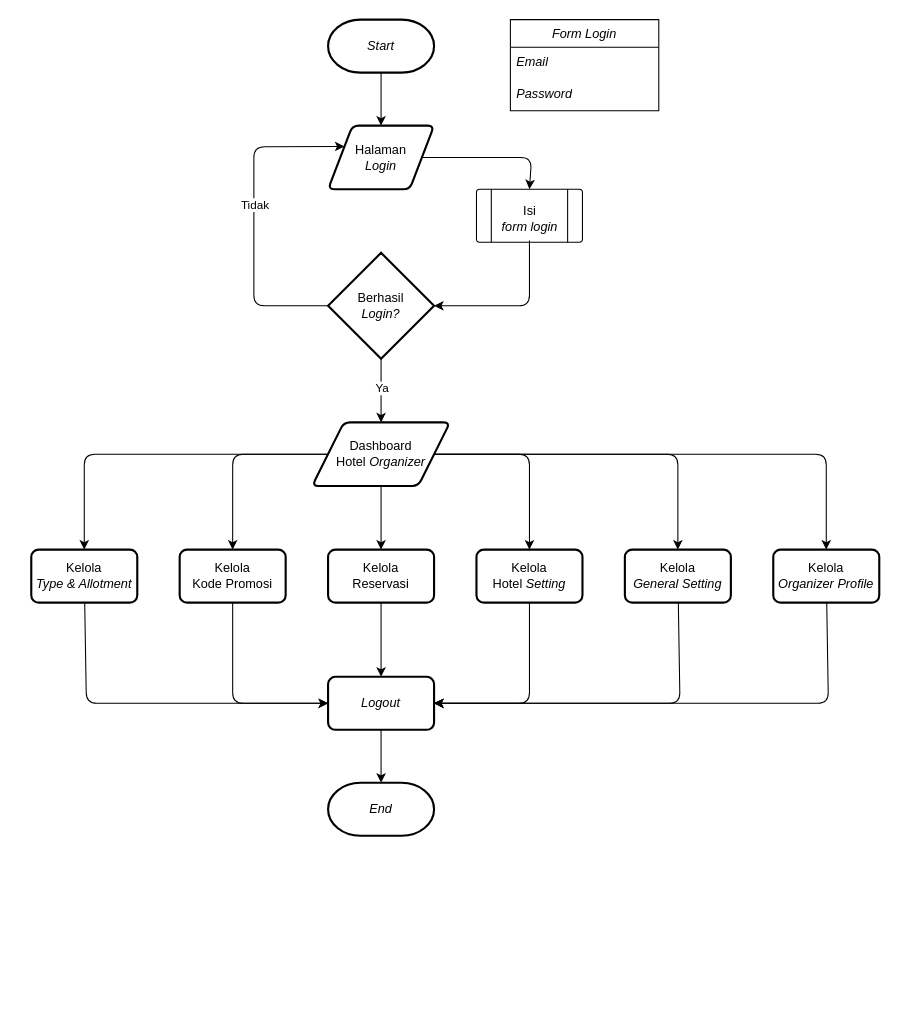
The draw.io diagram page "flowchart-organizer" (1 of 8) of diagram/diagram.drawio in Hans-Star18/ta-booking-system, before the edit. Source tidied: cells renumbered, new cells numbered last; positions are measured from the earlier drawing's top-left corner, leaving out a move shared by most shapes. Both pictures are drawn from the tidied source at 106%, with x=0, y=0 at pixel (31, 19).
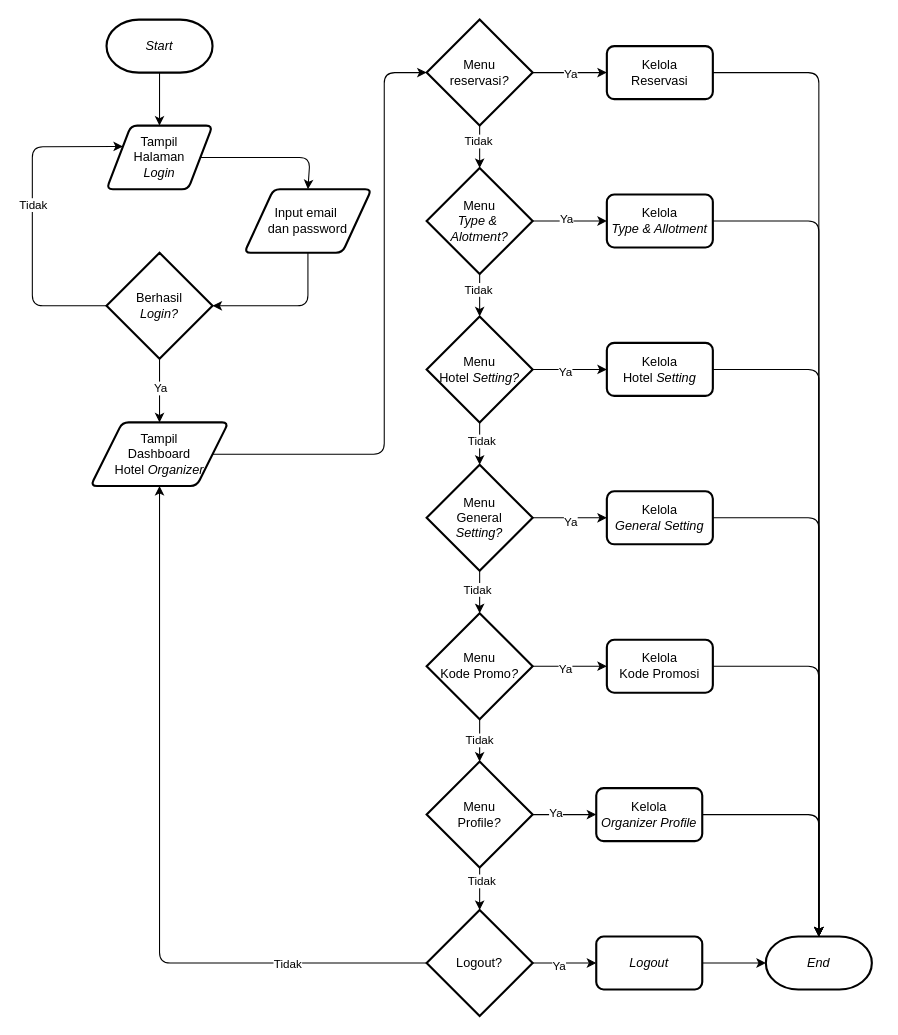
After the change.

Diff of the diagram source:
```diff
@@
     <mxCell id="3" value="&lt;i&gt;Start&lt;/i&gt;" style="strokeWidth=2;html=1;shape=mxgraph.flowchart.terminator;whiteSpace=wrap;" parent="1" vertex="1">
-      <mxGeometry x="280" width="100" height="50" as="geometry" />
+      <mxGeometry x="71" width="100" height="50" as="geometry" />
     </mxCell>
-    <mxCell id="4" style="edgeStyle=none;html=1;entryX=0.5;entryY=0;entryDx=0;entryDy=0;" parent="1" edge="1" source="5" target="37">
+    <mxCell id="4" style="edgeStyle=none;html=1;entryX=0.5;entryY=0;entryDx=0;entryDy=0;" parent="1" edge="1" source="5" target="43">
       <mxGeometry relative="1" as="geometry">
         <Array as="points">
-          <mxPoint x="472" y="130" />
+          <mxPoint x="263" y="130" />
         </Array>
       </mxGeometry>
     </mxCell>
-    <mxCell id="5" value="Halaman&lt;div&gt;&lt;i&gt;Login&lt;/i&gt;&lt;/div&gt;" style="shape=parallelogram;html=1;strokeWidth=2;perimeter=parallelogramPerimeter;whiteSpace=wrap;rounded=1;arcSize=12;size=0.23;" parent="1" vertex="1">
-      <mxGeometry x="280" y="100" width="100" height="60" as="geometry" />
+    <mxCell id="5" value="Tampil&lt;div&gt;Halaman&lt;div&gt;&lt;i&gt;Login&lt;/i&gt;&lt;/div&gt;&lt;/div&gt;" style="shape=parallelogram;html=1;strokeWidth=2;perimeter=parallelogramPerimeter;whiteSpace=wrap;rounded=1;arcSize=12;size=0.23;" parent="1" vertex="1">
+      <mxGeometry x="71" y="100" width="100" height="60" as="geometry" />
     </mxCell>
     <mxCell id="6" style="edgeStyle=none;html=1;entryX=0;entryY=0.25;entryDx=0;entryDy=0;" parent="1" edge="1" source="10" target="5">
       <mxGeometry relative="1" as="geometry">
         <Array as="points">
-          <mxPoint x="210" y="270" />
-          <mxPoint x="210" y="120" />
+          <mxPoint x="1" y="270" />
+          <mxPoint x="1" y="120" />
         </Array>
       </mxGeometry>
     </mxCell>
@@
     <mxCell id="10" value="Berhasil&lt;div&gt;&lt;i&gt;Login?&lt;/i&gt;&lt;/div&gt;" style="strokeWidth=2;html=1;shape=mxgraph.flowchart.decision;whiteSpace=wrap;" parent="1" vertex="1">
-      <mxGeometry x="280" y="220" width="100" height="100" as="geometry" />
+      <mxGeometry x="71" y="220" width="100" height="100" as="geometry" />
     </mxCell>
-    <mxCell id="11" style="edgeStyle=none;html=1;entryX=0.5;entryY=0;entryDx=0;entryDy=0;" parent="1" edge="1" source="17" target="19">
-      <mxGeometry relative="1" as="geometry" />
-    </mxCell>
-    <mxCell id="12" style="edgeStyle=none;html=1;entryX=0.5;entryY=0;entryDx=0;entryDy=0;" parent="1" edge="1" source="17" target="23">
-      <mxGeometry relative="1" as="geometry">
-        <Array as="points">
-          <mxPoint x="50" y="410" />
-        </Array>
-      </mxGeometry>
-    </mxCell>
-    <mxCell id="13" style="edgeStyle=none;html=1;entryX=0.5;entryY=0;entryDx=0;entryDy=0;" parent="1" edge="1" source="17" target="21">
-      <mxGeometry relative="1" as="geometry">
-        <Array as="points">
-          <mxPoint x="190" y="410" />
-        </Array>
-      </mxGeometry>
-    </mxCell>
-    <mxCell id="14" style="edgeStyle=none;html=1;entryX=0.5;entryY=0;entryDx=0;entryDy=0;" parent="1" edge="1" source="17" target="27">
-      <mxGeometry relative="1" as="geometry">
-        <Array as="points">
-          <mxPoint x="470" y="410" />
-        </Array>
-      </mxGeometry>
-    </mxCell>
-    <mxCell id="15" style="edgeStyle=none;html=1;entryX=0.5;entryY=0;entryDx=0;entryDy=0;" parent="1" edge="1" source="17" target="25">
-      <mxGeometry relative="1" as="geometry">
-        <Array as="points">
-          <mxPoint x="610" y="410" />
-        </Array>
-      </mxGeometry>
-    </mxCell>
-    <mxCell id="16" style="edgeStyle=none;html=1;entryX=0.5;entryY=0;entryDx=0;entryDy=0;" parent="1" edge="1" source="17" target="29">
-      <mxGeometry relative="1" as="geometry">
-        <Array as="points">
-          <mxPoint x="750" y="410" />
-        </Array>
-      </mxGeometry>
-    </mxCell>
-    <mxCell id="17" value="Dashboard&lt;div&gt;Hotel &lt;i&gt;Organizer&lt;/i&gt;&lt;/div&gt;" style="shape=parallelogram;html=1;strokeWidth=2;perimeter=parallelogramPerimeter;whiteSpace=wrap;rounded=1;arcSize=12;size=0.23;" parent="1" vertex="1">
-      <mxGeometry x="265" y="380" width="130" height="60" as="geometry" />
+    <mxCell id="17" value="Tampil&lt;div&gt;Dashboard&lt;div&gt;Hotel &lt;i&gt;Organizer&lt;/i&gt;&lt;/div&gt;&lt;/div&gt;" style="shape=parallelogram;html=1;strokeWidth=2;perimeter=parallelogramPerimeter;whiteSpace=wrap;rounded=1;arcSize=12;size=0.23;" parent="1" vertex="1">
+      <mxGeometry x="56" y="380" width="130" height="60" as="geometry" />
     </mxCell>
-    <mxCell id="18" style="edgeStyle=none;html=1;entryX=0.5;entryY=0;entryDx=0;entryDy=0;" parent="1" edge="1" source="19" target="30">
-      <mxGeometry relative="1" as="geometry" />
-    </mxCell>
+    <mxCell id="40" style="edgeStyle=none;html=1;entryX=0.5;entryY=0;entryDx=0;entryDy=0;entryPerimeter=0;" parent="1" edge="1" source="19" target="31">
+      <mxGeometry relative="1" as="geometry">
+        <Array as="points">
+          <mxPoint x="743" y="50" />
+        </Array>
+      </mxGeometry>
+    </mxCell>
     <mxCell id="19" value="Kelola&lt;div&gt;Reservasi&lt;/div&gt;" style="rounded=1;whiteSpace=wrap;html=1;absoluteArcSize=1;arcSize=14;strokeWidth=2;" parent="1" vertex="1">
-      <mxGeometry x="280" y="500" width="100" height="50" as="geometry" />
+      <mxGeometry x="543" y="25" width="100" height="50" as="geometry" />
     </mxCell>
-    <mxCell id="20" style="edgeStyle=none;html=1;entryX=0;entryY=0.5;entryDx=0;entryDy=0;" parent="1" edge="1" source="21" target="30">
-      <mxGeometry relative="1" as="geometry">
-        <Array as="points">
-          <mxPoint x="190" y="645" />
-        </Array>
-      </mxGeometry>
-    </mxCell>
     <mxCell id="21" value="Kelola&lt;div&gt;Kode Promosi&lt;/div&gt;" style="rounded=1;whiteSpace=wrap;html=1;absoluteArcSize=1;arcSize=14;strokeWidth=2;" parent="1" vertex="1">
-      <mxGeometry x="140" y="500" width="100" height="50" as="geometry" />
+      <mxGeometry x="543" y="585" width="100" height="50" as="geometry" />
     </mxCell>
-    <mxCell id="22" style="edgeStyle=none;html=1;entryX=0;entryY=0.5;entryDx=0;entryDy=0;" parent="1" edge="1" source="23" target="30">
-      <mxGeometry relative="1" as="geometry">
-        <Array as="points">
-          <mxPoint x="52" y="645" />
-        </Array>
-      </mxGeometry>
-    </mxCell>
+    <mxCell id="41" style="edgeStyle=none;html=1;entryX=0.5;entryY=0;entryDx=0;entryDy=0;entryPerimeter=0;" parent="1" edge="1" source="23" target="31">
+      <mxGeometry relative="1" as="geometry">
+        <Array as="points">
+          <mxPoint x="743" y="190" />
+        </Array>
+      </mxGeometry>
+    </mxCell>
     <mxCell id="23" value="Kelola&lt;div&gt;&lt;i&gt;Type &amp;amp; Allotment&lt;/i&gt;&lt;/div&gt;" style="rounded=1;whiteSpace=wrap;html=1;absoluteArcSize=1;arcSize=14;strokeWidth=2;" parent="1" vertex="1">
-      <mxGeometry y="500" width="100" height="50" as="geometry" />
+      <mxGeometry x="543" y="165" width="100" height="50" as="geometry" />
     </mxCell>
-    <mxCell id="24" style="edgeStyle=none;html=1;entryX=1;entryY=0.5;entryDx=0;entryDy=0;" parent="1" edge="1" source="25" target="30">
-      <mxGeometry relative="1" as="geometry">
-        <Array as="points">
-          <mxPoint x="612" y="645" />
-        </Array>
-      </mxGeometry>
-    </mxCell>
+    <mxCell id="42" style="edgeStyle=none;html=1;entryX=0.5;entryY=0;entryDx=0;entryDy=0;entryPerimeter=0;" parent="1" edge="1" source="25" target="31">
+      <mxGeometry relative="1" as="geometry">
+        <Array as="points">
+          <mxPoint x="743" y="470" />
+        </Array>
+      </mxGeometry>
+    </mxCell>
     <mxCell id="25" value="Kelola&lt;div&gt;&lt;i&gt;General Setting&lt;/i&gt;&lt;/div&gt;" style="rounded=1;whiteSpace=wrap;html=1;absoluteArcSize=1;arcSize=14;strokeWidth=2;" parent="1" vertex="1">
-      <mxGeometry x="560" y="500" width="100" height="50" as="geometry" />
+      <mxGeometry x="543" y="445" width="100" height="50" as="geometry" />
     </mxCell>
-    <mxCell id="26" style="edgeStyle=none;html=1;entryX=1;entryY=0.5;entryDx=0;entryDy=0;" parent="1" edge="1" source="27" target="30">
-      <mxGeometry relative="1" as="geometry">
-        <Array as="points">
-          <mxPoint x="470" y="645" />
-        </Array>
-      </mxGeometry>
-    </mxCell>
     <mxCell id="27" value="Kelola&lt;div&gt;Hotel &lt;i&gt;Setting&lt;/i&gt;&lt;/div&gt;" style="rounded=1;whiteSpace=wrap;html=1;absoluteArcSize=1;arcSize=14;strokeWidth=2;" parent="1" vertex="1">
-      <mxGeometry x="420" y="500" width="100" height="50" as="geometry" />
+      <mxGeometry x="543" y="305" width="100" height="50" as="geometry" />
     </mxCell>
-    <mxCell id="28" style="edgeStyle=none;html=1;entryX=1;entryY=0.5;entryDx=0;entryDy=0;" parent="1" edge="1" source="29" target="30">
-      <mxGeometry relative="1" as="geometry">
-        <Array as="points">
-          <mxPoint x="752" y="645" />
-        </Array>
-      </mxGeometry>
-    </mxCell>
     <mxCell id="29" value="Kelola&lt;div&gt;&lt;i&gt;Organizer Profile&lt;/i&gt;&lt;/div&gt;" style="rounded=1;whiteSpace=wrap;html=1;absoluteArcSize=1;arcSize=14;strokeWidth=2;" parent="1" vertex="1">
-      <mxGeometry x="700" y="500" width="100" height="50" as="geometry" />
+      <mxGeometry x="533" y="725" width="100" height="50" as="geometry" />
     </mxCell>
     <mxCell id="30" value="&lt;i&gt;Logout&lt;/i&gt;" style="rounded=1;whiteSpace=wrap;html=1;absoluteArcSize=1;arcSize=14;strokeWidth=2;" parent="1" vertex="1">
-      <mxGeometry x="280" y="620" width="100" height="50" as="geometry" />
+      <mxGeometry x="533" y="865" width="100" height="50" as="geometry" />
     </mxCell>
     <mxCell id="31" value="&lt;i&gt;End&lt;/i&gt;" style="strokeWidth=2;html=1;shape=mxgraph.flowchart.terminator;whiteSpace=wrap;" parent="1" vertex="1">
-      <mxGeometry x="280" y="720" width="100" height="50" as="geometry" />
+      <mxGeometry x="693" y="865" width="100" height="50" as="geometry" />
     </mxCell>
+    <mxCell id="39" style="edgeStyle=none;html=1;entryX=1;entryY=0.5;entryDx=0;entryDy=0;entryPerimeter=0;exitX=0.5;exitY=1;exitDx=0;exitDy=0;" parent="1" edge="1" source="43" target="10">
+      <mxGeometry relative="1" as="geometry">
+        <Array as="points">
+          <mxPoint x="261" y="270" />
+        </Array>
+      </mxGeometry>
+    </mxCell>
+    <mxCell id="43" value="Input email&amp;nbsp;&lt;div&gt;dan password&lt;/div&gt;" style="shape=parallelogram;html=1;strokeWidth=2;perimeter=parallelogramPerimeter;whiteSpace=wrap;rounded=1;arcSize=12;size=0.23;" parent="1" vertex="1">
+      <mxGeometry x="201" y="160" width="120" height="60" as="geometry" />
+    </mxCell>
+    <mxCell id="44" style="edgeStyle=none;html=1;entryX=0;entryY=0.5;entryDx=0;entryDy=0;" parent="1" edge="1" source="46" target="23">
+      <mxGeometry relative="1" as="geometry" />
+    </mxCell>
+    <mxCell id="45" value="Ya" style="edgeLabel;html=1;align=center;verticalAlign=middle;" parent="44" vertex="1">
+      <mxGeometry x="-0.14" y="3" relative="1" as="geometry">
+        <mxPoint x="1" as="offset" />
+      </mxGeometry>
+    </mxCell>
+    <mxCell id="46" value="Menu&lt;div&gt;&lt;i&gt;Type &amp;amp;&amp;nbsp;&lt;/i&gt;&lt;/div&gt;&lt;div&gt;&lt;i&gt;Alotment?&lt;/i&gt;&lt;/div&gt;" style="strokeWidth=2;html=1;shape=mxgraph.flowchart.decision;whiteSpace=wrap;" parent="1" vertex="1">
+      <mxGeometry x="373" y="140" width="100" height="100" as="geometry" />
+    </mxCell>
+    <mxCell id="47" style="edgeStyle=none;html=1;entryX=0;entryY=0.5;entryDx=0;entryDy=0;" parent="1" edge="1" source="49" target="19">
+      <mxGeometry relative="1" as="geometry" />
+    </mxCell>
+    <mxCell id="48" value="Ya" style="edgeLabel;html=1;align=center;verticalAlign=middle;" parent="47" vertex="1">
+      <mxGeometry x="-0.04" y="-1" relative="1" as="geometry">
+        <mxPoint x="1" as="offset" />
+      </mxGeometry>
+    </mxCell>
+    <mxCell id="49" value="Menu&lt;div&gt;reservasi&lt;i&gt;?&lt;/i&gt;&lt;/div&gt;" style="strokeWidth=2;html=1;shape=mxgraph.flowchart.decision;whiteSpace=wrap;" parent="1" vertex="1">
+      <mxGeometry x="373" width="100" height="100" as="geometry" />
+    </mxCell>
+    <mxCell id="50" style="edgeStyle=none;html=1;entryX=0;entryY=0.5;entryDx=0;entryDy=0;" parent="1" edge="1" source="54" target="30">
+      <mxGeometry relative="1" as="geometry" />
+    </mxCell>
+    <mxCell id="51" value="Ya" style="edgeLabel;html=1;align=center;verticalAlign=middle;" parent="50" vertex="1">
+      <mxGeometry x="-0.24" y="-2" relative="1" as="geometry">
+        <mxPoint x="1" as="offset" />
+      </mxGeometry>
+    </mxCell>
+    <mxCell id="52" style="edgeStyle=none;html=1;entryX=0.5;entryY=1;entryDx=0;entryDy=0;" parent="1" edge="1" source="54" target="17">
+      <mxGeometry relative="1" as="geometry">
+        <Array as="points">
+          <mxPoint x="121" y="890" />
+        </Array>
+      </mxGeometry>
+    </mxCell>
+    <mxCell id="53" value="Tidak" style="edgeLabel;html=1;align=center;verticalAlign=middle;" parent="52" vertex="1">
+      <mxGeometry x="-0.62" relative="1" as="geometry">
+        <mxPoint x="1" as="offset" />
+      </mxGeometry>
+    </mxCell>
+    <mxCell id="54" value="Logout?" style="strokeWidth=2;html=1;shape=mxgraph.flowchart.decision;whiteSpace=wrap;" parent="1" vertex="1">
+      <mxGeometry x="373" y="840" width="100" height="100" as="geometry" />
+    </mxCell>
+    <mxCell id="55" style="edgeStyle=none;html=1;entryX=0;entryY=0.5;entryDx=0;entryDy=0;" parent="1" edge="1" source="57" target="21">
+      <mxGeometry relative="1" as="geometry" />
+    </mxCell>
+    <mxCell id="56" value="Ya" style="edgeLabel;html=1;align=center;verticalAlign=middle;" parent="55" vertex="1">
+      <mxGeometry x="-0.18" y="-2" relative="1" as="geometry">
+        <mxPoint x="1" as="offset" />
+      </mxGeometry>
+    </mxCell>
+    <mxCell id="57" value="Menu&lt;div&gt;Kode Promo&lt;i&gt;?&lt;/i&gt;&lt;/div&gt;" style="strokeWidth=2;html=1;shape=mxgraph.flowchart.decision;whiteSpace=wrap;" parent="1" vertex="1">
+      <mxGeometry x="373" y="560" width="100" height="100" as="geometry" />
+    </mxCell>
+    <mxCell id="58" style="edgeStyle=none;html=1;entryX=0;entryY=0.5;entryDx=0;entryDy=0;" parent="1" edge="1" source="60" target="25">
+      <mxGeometry relative="1" as="geometry" />
+    </mxCell>
+    <mxCell id="59" value="Ya" style="edgeLabel;html=1;align=center;verticalAlign=middle;" parent="58" vertex="1">
+      <mxGeometry x="-0.04" y="-3" relative="1" as="geometry">
+        <mxPoint x="1" as="offset" />
+      </mxGeometry>
+    </mxCell>
+    <mxCell id="60" value="Menu&lt;div&gt;General&lt;/div&gt;&lt;div&gt;&lt;i&gt;Setting?&lt;/i&gt;&lt;/div&gt;" style="strokeWidth=2;html=1;shape=mxgraph.flowchart.decision;whiteSpace=wrap;" parent="1" vertex="1">
+      <mxGeometry x="373" y="420" width="100" height="100" as="geometry" />
+    </mxCell>
+    <mxCell id="61" style="edgeStyle=none;html=1;entryX=0;entryY=0.5;entryDx=0;entryDy=0;" parent="1" edge="1" source="63" target="27">
+      <mxGeometry relative="1" as="geometry" />
+    </mxCell>
+    <mxCell id="62" value="Ya" style="edgeLabel;html=1;align=center;verticalAlign=middle;" parent="61" vertex="1">
+      <mxGeometry x="-0.18" y="-2" relative="1" as="geometry">
+        <mxPoint x="1" as="offset" />
+      </mxGeometry>
+    </mxCell>
+    <mxCell id="63" value="Menu&lt;div&gt;Hotel &lt;i&gt;Setting?&lt;/i&gt;&lt;/div&gt;" style="strokeWidth=2;html=1;shape=mxgraph.flowchart.decision;whiteSpace=wrap;" parent="1" vertex="1">
+      <mxGeometry x="373" y="280" width="100" height="100" as="geometry" />
+    </mxCell>
+    <mxCell id="64" style="edgeStyle=none;html=1;" parent="1" edge="1" source="66" target="29">
+      <mxGeometry relative="1" as="geometry" />
+    </mxCell>
+    <mxCell id="65" value="Ya" style="edgeLabel;html=1;align=center;verticalAlign=middle;" parent="64" vertex="1">
+      <mxGeometry x="-0.35" y="2" relative="1" as="geometry">
+        <mxPoint x="1" as="offset" />
+      </mxGeometry>
+    </mxCell>
+    <mxCell id="66" value="Menu&lt;div&gt;Profile&lt;i&gt;?&lt;/i&gt;&lt;/div&gt;" style="strokeWidth=2;html=1;shape=mxgraph.flowchart.decision;whiteSpace=wrap;" parent="1" vertex="1">
+      <mxGeometry x="373" y="700" width="100" height="100" as="geometry" />
+    </mxCell>
+    <mxCell id="67" style="edgeStyle=none;html=1;entryX=0.5;entryY=0;entryDx=0;entryDy=0;entryPerimeter=0;" parent="1" edge="1" source="49" target="46">
+      <mxGeometry relative="1" as="geometry" />
+    </mxCell>
+    <mxCell id="68" value="Tidak" style="edgeLabel;html=1;align=center;verticalAlign=middle;" parent="67" vertex="1">
+      <mxGeometry x="-0.3" y="-2" relative="1" as="geometry" />
+    </mxCell>
+    <mxCell id="69" style="edgeStyle=none;html=1;entryX=0.5;entryY=0;entryDx=0;entryDy=0;entryPerimeter=0;" parent="1" edge="1" source="46" target="63">
+      <mxGeometry relative="1" as="geometry" />
+    </mxCell>
+    <mxCell id="70" value="Tidak" style="edgeLabel;html=1;align=center;verticalAlign=middle;" parent="69" vertex="1">
+      <mxGeometry x="-0.3" y="-2" relative="1" as="geometry" />
+    </mxCell>
+    <mxCell id="71" style="edgeStyle=none;html=1;entryX=0.5;entryY=0;entryDx=0;entryDy=0;entryPerimeter=0;" parent="1" edge="1" source="63" target="60">
+      <mxGeometry relative="1" as="geometry" />
+    </mxCell>
+    <mxCell id="72" value="Tidak" style="edgeLabel;html=1;align=center;verticalAlign=middle;" parent="71" vertex="1">
+      <mxGeometry x="-0.16" y="1" relative="1" as="geometry" />
+    </mxCell>
+    <mxCell id="73" style="edgeStyle=none;html=1;entryX=0.5;entryY=0;entryDx=0;entryDy=0;entryPerimeter=0;" parent="1" edge="1" source="60" target="57">
+      <mxGeometry relative="1" as="geometry" />
+    </mxCell>
+    <mxCell id="74" value="Tidak" style="edgeLabel;html=1;align=center;verticalAlign=middle;" parent="73" vertex="1">
+      <mxGeometry x="-0.16" y="-3" relative="1" as="geometry" />
+    </mxCell>
+    <mxCell id="75" style="edgeStyle=none;html=1;entryX=0.5;entryY=0;entryDx=0;entryDy=0;entryPerimeter=0;" parent="1" edge="1" source="57" target="66">
+      <mxGeometry relative="1" as="geometry" />
+    </mxCell>
+    <mxCell id="76" value="Tidak" style="edgeLabel;html=1;align=center;verticalAlign=middle;" parent="75" vertex="1">
+      <mxGeometry x="-0.05" y="-1" relative="1" as="geometry" />
+    </mxCell>
+    <mxCell id="77" style="edgeStyle=none;html=1;entryX=0.5;entryY=0;entryDx=0;entryDy=0;entryPerimeter=0;" parent="1" edge="1" source="66" target="54">
+      <mxGeometry relative="1" as="geometry" />
+    </mxCell>
+    <mxCell id="78" value="Tidak" style="edgeLabel;html=1;align=center;verticalAlign=middle;" parent="77" vertex="1">
+      <mxGeometry x="-0.39" y="1" relative="1" as="geometry" />
+    </mxCell>
-    <mxCell id="32" style="edgeStyle=none;html=1;entryX=0.5;entryY=0;entryDx=0;entryDy=0;entryPerimeter=0;" parent="1" edge="1" source="30" target="31">
+    <mxCell id="32" style="edgeStyle=none;html=1;entryX=0;entryY=0.5;entryDx=0;entryDy=0;entryPerimeter=0;" parent="1" edge="1" source="30" target="31">
       <mxGeometry relative="1" as="geometry" />
     </mxCell>
-    <mxCell id="33" value="Form Login" style="swimlane;fontStyle=2;horizontal=1;startSize=26;align=center;fontSize=12;" parent="1" vertex="1">
-      <mxGeometry x="452" width="140" height="86" as="geometry" />
-    </mxCell>
-    <mxCell id="34" value="&lt;i&gt;Email&lt;/i&gt;" style="text;strokeColor=none;fillColor=none;spacingLeft=4;spacingRight=4;overflow=hidden;fontSize=12;whiteSpace=wrap;html=1;" parent="33" vertex="1">
-      <mxGeometry y="26" width="140" height="30" as="geometry" />
-    </mxCell>
-    <mxCell id="35" value="&lt;i&gt;Password&lt;/i&gt;" style="text;strokeColor=none;fillColor=none;spacingLeft=4;spacingRight=4;overflow=hidden;fontSize=12;whiteSpace=wrap;html=1;" parent="33" vertex="1">
-      <mxGeometry y="56" width="140" height="30" as="geometry" />
-    </mxCell>
-    <mxCell id="36" style="group;" parent="1" vertex="1">
-      <mxGeometry x="420" y="160" width="100" height="50" as="geometry" />
-    </mxCell>
-    <mxCell id="37" style="verticalLabelPosition=bottom;verticalAlign=top;html=1;shape=process;whiteSpace=wrap;rounded=1;size=0.14;arcSize=6;" parent="36" vertex="1">
-      <mxGeometry width="100" height="50" as="geometry" />
-    </mxCell>
-    <mxCell id="38" value="Isi&lt;div&gt;&lt;i&gt;form login&lt;/i&gt;&lt;/div&gt;" style="text;html=1;align=center;verticalAlign=middle;points=[];strokeColor=none;fillColor=none;" parent="36" vertex="1">
-      <mxGeometry x="10" y="8.3" width="80" height="40" as="geometry" />
-    </mxCell>
-    <mxCell id="39" style="edgeStyle=none;html=1;entryX=1;entryY=0.5;entryDx=0;entryDy=0;entryPerimeter=0;" parent="1" edge="1" source="38" target="10">
-      <mxGeometry relative="1" as="geometry">
-        <Array as="points">
-          <mxPoint x="470" y="270" />
-        </Array>
-      </mxGeometry>
-    </mxCell>
+    <mxCell id="79" style="edgeStyle=none;html=1;entryX=0;entryY=0.5;entryDx=0;entryDy=0;entryPerimeter=0;" parent="1" edge="1" source="17" target="49">
+      <mxGeometry relative="1" as="geometry">
+        <Array as="points">
+          <mxPoint x="333" y="410" />
+          <mxPoint x="333" y="50" />
+        </Array>
+      </mxGeometry>
+    </mxCell>
+    <mxCell id="80" style="edgeStyle=none;html=1;entryX=0.5;entryY=0;entryDx=0;entryDy=0;entryPerimeter=0;" parent="1" edge="1" source="29" target="31">
+      <mxGeometry relative="1" as="geometry">
+        <Array as="points">
+          <mxPoint x="743" y="750" />
+        </Array>
+      </mxGeometry>
+    </mxCell>
+    <mxCell id="81" style="edgeStyle=none;html=1;entryX=0.5;entryY=0;entryDx=0;entryDy=0;entryPerimeter=0;" parent="1" edge="1" source="21" target="31">
+      <mxGeometry relative="1" as="geometry">
+        <Array as="points">
+          <mxPoint x="743" y="610" />
+        </Array>
+      </mxGeometry>
+    </mxCell>
+    <mxCell id="82" style="edgeStyle=none;html=1;entryX=0.5;entryY=0;entryDx=0;entryDy=0;entryPerimeter=0;" parent="1" edge="1" source="27" target="31">
+      <mxGeometry relative="1" as="geometry">
+        <Array as="points">
+          <mxPoint x="743" y="330" />
+        </Array>
+      </mxGeometry>
+    </mxCell>
```
